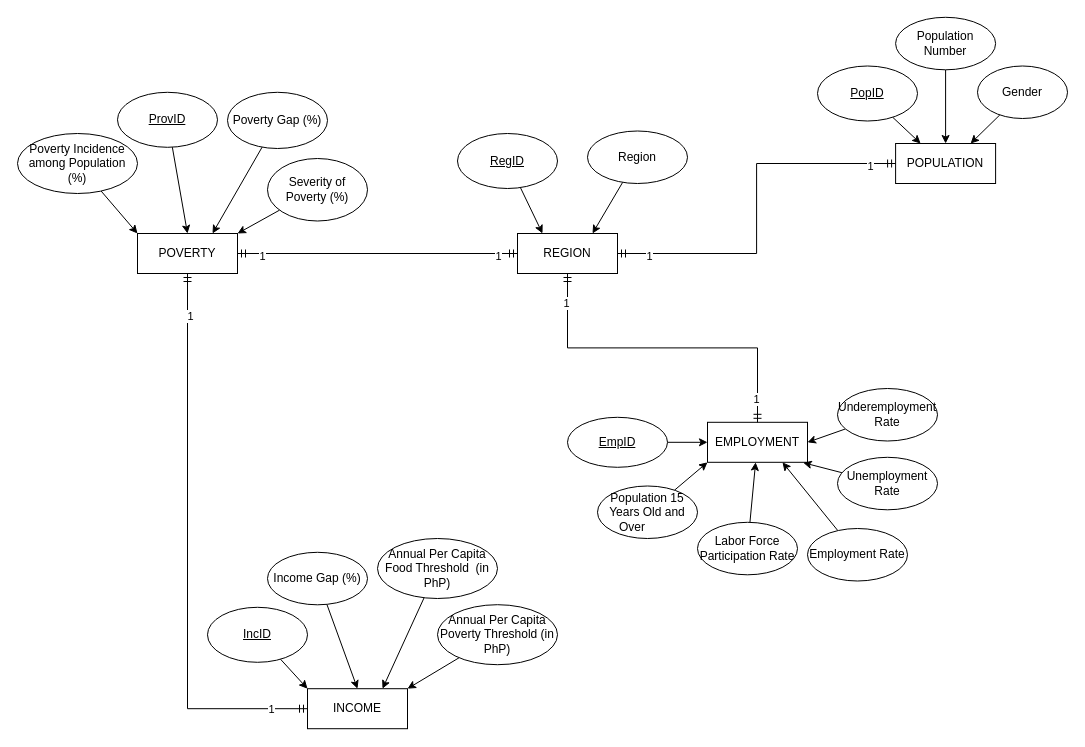
Before: page "ERD" (2 of 4) of DECapstone diagrams.drawio in vinsanity2022/SPARTACapstone, a draw.io diagram. Source tidied: cells renumbered, new cells numbered last; positions are measured from the earlier drawing's top-left corner, leaving out a move shared by most shapes. Both pictures are drawn from the tidied source at 100%, with x=0, y=0 at pixel (17, 17).
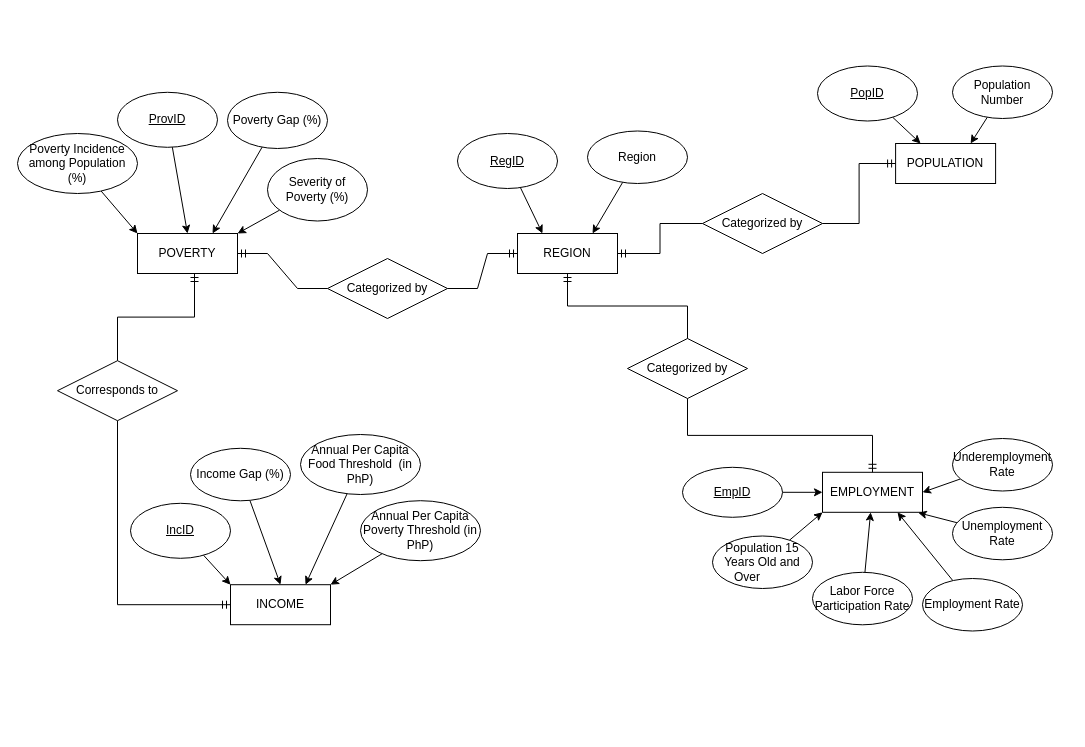
The same diagram, later.

The change refers to these unchanged cells:
```xml
<mxCell id="2" value="POVERTY" style="whiteSpace=wrap;html=1;align=center;" parent="1" vertex="1">
  <mxGeometry x="120" y="216" width="100" height="40" as="geometry" />
</mxCell>
<mxCell id="7" value="REGION" style="whiteSpace=wrap;html=1;align=center;" parent="1" vertex="1">
  <mxGeometry x="500" y="216" width="100" height="40" as="geometry" />
</mxCell>
<mxCell id="25" value="POPULATION" style="whiteSpace=wrap;html=1;align=center;" parent="1" vertex="1">
  <mxGeometry x="878.1" y="126" width="100" height="40" as="geometry" />
</mxCell>
```

What changed in the source:
```diff
@@
-    <mxCell id="14" style="edgeStyle=orthogonalEdgeStyle;fontSize=12;html=1;endArrow=ERmandOne;startArrow=ERmandOne;rounded=0;exitX=1;exitY=0.5;exitDx=0;exitDy=0;entryX=0;entryY=0.5;entryDx=0;entryDy=0;" parent="1" edge="1" source="2" target="7">
-      <mxGeometry relative="1" as="geometry" />
-    </mxCell>
-    <mxCell id="15" value="1" style="edgeLabel;html=1;align=center;verticalAlign=middle;" parent="14" vertex="1">
-      <mxGeometry x="-0.83" y="-2" relative="1" as="geometry" />
-    </mxCell>
-    <mxCell id="16" value="1" style="edgeLabel;html=1;align=center;verticalAlign=middle;" parent="14" vertex="1">
-      <mxGeometry x="0.86" y="-2" relative="1" as="geometry" />
-    </mxCell>
     <mxCell id="17" value="INCOME" style="whiteSpace=wrap;html=1;align=center;" parent="1" vertex="1">
-      <mxGeometry x="290" y="671.2" width="100" height="40" as="geometry" />
+      <mxGeometry x="213" y="567.2" width="100" height="40" as="geometry" />
     </mxCell>
@@
     <mxCell id="19" value="Income Gap (%)" style="ellipse;whiteSpace=wrap;html=1;align=center;" parent="1" vertex="1">
-      <mxGeometry x="250" y="534.8" width="100" height="52.5" as="geometry" />
+      <mxGeometry x="173" y="430.8" width="100" height="52.5" as="geometry" />
     </mxCell>
@@
     <mxCell id="21" value="IncID" style="ellipse;whiteSpace=wrap;html=1;align=center;fontStyle=4;" parent="1" vertex="1">
-      <mxGeometry x="190" y="589.8" width="100" height="55" as="geometry" />
+      <mxGeometry x="113" y="485.8" width="100" height="55" as="geometry" />
     </mxCell>
-    <mxCell id="22" style="edgeStyle=orthogonalEdgeStyle;fontSize=12;html=1;endArrow=ERmandOne;startArrow=ERmandOne;rounded=0;exitX=0.5;exitY=1;exitDx=0;exitDy=0;entryX=0;entryY=0.5;entryDx=0;entryDy=0;" parent="1" edge="1" source="2" target="17">
-      <mxGeometry relative="1" as="geometry" />
-    </mxCell>
-    <mxCell id="23" value="1" style="edgeLabel;html=1;align=center;verticalAlign=middle;" parent="22" vertex="1">
-      <mxGeometry x="-0.85" y="2" relative="1" as="geometry" />
-    </mxCell>
-    <mxCell id="24" value="1" style="edgeLabel;html=1;align=center;verticalAlign=middle;" parent="22" vertex="1">
-      <mxGeometry x="0.87" relative="1" as="geometry" />
-    </mxCell>
@@
-    <mxCell id="26" style="rounded=0;jettySize=auto;html=1;entryX=0.5;entryY=0;entryDx=0;entryDy=0;" parent="1" edge="1" source="27" target="25">
+    <mxCell id="26" style="rounded=0;jettySize=auto;html=1;entryX=0.75;entryY=0;entryDx=0;entryDy=0;" parent="1" edge="1" source="27" target="25">
       <mxGeometry relative="1" as="geometry" />
     </mxCell>
     <mxCell id="27" value="Population Number" style="ellipse;whiteSpace=wrap;html=1;align=center;" parent="1" vertex="1">
-      <mxGeometry x="878.1" y="-0.2" width="100" height="52.5" as="geometry" />
+      <mxGeometry x="935" y="48.5" width="100" height="52.5" as="geometry" />
     </mxCell>
@@
-    <mxCell id="30" style="edgeStyle=orthogonalEdgeStyle;fontSize=12;html=1;endArrow=ERmandOne;startArrow=ERmandOne;rounded=0;exitX=1;exitY=0.5;exitDx=0;exitDy=0;entryX=0;entryY=0.5;entryDx=0;entryDy=0;" parent="1" edge="1" source="7" target="25">
-      <mxGeometry relative="1" as="geometry" />
-    </mxCell>
-    <mxCell id="31" value="1" style="edgeLabel;html=1;align=center;verticalAlign=middle;" parent="30" vertex="1">
-      <mxGeometry x="-0.83" y="-2" relative="1" as="geometry" />
-    </mxCell>
-    <mxCell id="32" value="1" style="edgeLabel;html=1;align=center;verticalAlign=middle;" parent="30" vertex="1">
-      <mxGeometry x="0.86" y="-2" relative="1" as="geometry" />
-    </mxCell>
-    <mxCell id="33" style="rounded=0;jettySize=auto;html=1;entryX=0.75;entryY=0;entryDx=0;entryDy=0;" parent="1" edge="1" source="34" target="25">
-      <mxGeometry relative="1" as="geometry" />
-    </mxCell>
-    <mxCell id="34" value="Gender" style="ellipse;whiteSpace=wrap;html=1;align=center;" parent="1" vertex="1">
-      <mxGeometry x="960" y="48.5" width="90" height="52.5" as="geometry" />
-    </mxCell>
@@
     <mxCell id="36" value="Annual Per Capita Poverty Threshold (in PhP)" style="ellipse;whiteSpace=wrap;html=1;align=center;" parent="1" vertex="1">
-      <mxGeometry x="420" y="587.2" width="120" height="60" as="geometry" />
+      <mxGeometry x="343" y="483.2" width="120" height="60" as="geometry" />
     </mxCell>
@@
     <mxCell id="40" value="Annual Per Capita Food Threshold&amp;nbsp; (in PhP)" style="ellipse;whiteSpace=wrap;html=1;align=center;" parent="1" vertex="1">
-      <mxGeometry x="360" y="521" width="120" height="60" as="geometry" />
+      <mxGeometry x="283" y="417" width="120" height="60" as="geometry" />
     </mxCell>
     <mxCell id="41" value="EMPLOYMENT" style="whiteSpace=wrap;html=1;align=center;" parent="1" vertex="1">
-      <mxGeometry x="690" y="404.8" width="100" height="40" as="geometry" />
+      <mxGeometry x="805" y="454.8" width="100" height="40" as="geometry" />
     </mxCell>
@@
     <mxCell id="43" value="EmpID" style="ellipse;whiteSpace=wrap;html=1;align=center;fontStyle=4;" parent="1" vertex="1">
-      <mxGeometry x="550" y="399.8" width="100" height="50" as="geometry" />
+      <mxGeometry x="665" y="449.8" width="100" height="50" as="geometry" />
     </mxCell>
@@
     <mxCell id="45" value="&lt;div style=&quot;&quot;&gt;&lt;span style=&quot;background-color: initial;&quot;&gt;Population 15 Years Old and Over&amp;nbsp; &amp;nbsp; &amp;nbsp; &amp;nbsp; &amp;nbsp;&lt;/span&gt;&lt;/div&gt;" style="ellipse;whiteSpace=wrap;html=1;align=center;" parent="1" vertex="1">
-      <mxGeometry x="580" y="468.5" width="100" height="52.5" as="geometry" />
+      <mxGeometry x="695" y="518.5" width="100" height="52.5" as="geometry" />
     </mxCell>
@@
     <mxCell id="47" value="Employment Rate" style="ellipse;whiteSpace=wrap;html=1;align=center;" parent="1" vertex="1">
-      <mxGeometry x="790" y="511" width="100" height="52.5" as="geometry" />
+      <mxGeometry x="905" y="561" width="100" height="52.5" as="geometry" />
     </mxCell>
@@
     <mxCell id="49" value="Unemployment Rate" style="ellipse;whiteSpace=wrap;html=1;align=center;" parent="1" vertex="1">
-      <mxGeometry x="820" y="439.8" width="100" height="52.5" as="geometry" />
+      <mxGeometry x="935" y="489.8" width="100" height="52.5" as="geometry" />
     </mxCell>
@@
     <mxCell id="51" value="Labor Force Participation Rate" style="ellipse;whiteSpace=wrap;html=1;align=center;" parent="1" vertex="1">
-      <mxGeometry x="680" y="504.8" width="100" height="52.5" as="geometry" />
+      <mxGeometry x="795" y="554.8" width="100" height="52.5" as="geometry" />
     </mxCell>
@@
     <mxCell id="53" value="Underemployment Rate" style="ellipse;whiteSpace=wrap;html=1;align=center;" parent="1" vertex="1">
-      <mxGeometry x="820" y="371" width="100" height="52.5" as="geometry" />
+      <mxGeometry x="935" y="421" width="100" height="52.5" as="geometry" />
     </mxCell>
-    <mxCell id="54" style="edgeStyle=orthogonalEdgeStyle;fontSize=12;html=1;endArrow=ERmandOne;startArrow=ERmandOne;rounded=0;exitX=0.5;exitY=1;exitDx=0;exitDy=0;entryX=0.5;entryY=0;entryDx=0;entryDy=0;" parent="1" edge="1" source="7" target="41">
-      <mxGeometry relative="1" as="geometry" />
-    </mxCell>
-    <mxCell id="55" value="1" style="edgeLabel;html=1;align=center;verticalAlign=middle;" parent="54" vertex="1">
-      <mxGeometry x="-0.83" y="-2" relative="1" as="geometry" />
-    </mxCell>
-    <mxCell id="56" value="1" style="edgeLabel;html=1;align=center;verticalAlign=middle;" parent="54" vertex="1">
-      <mxGeometry x="0.86" y="-2" relative="1" as="geometry" />
-    </mxCell>
+    <mxCell id="57" value="Categorized by" style="shape=rhombus;perimeter=rhombusPerimeter;whiteSpace=wrap;html=1;align=center;" parent="1" vertex="1">
+      <mxGeometry x="310" y="241" width="120" height="60" as="geometry" />
+    </mxCell>
+    <mxCell id="58" style="edgeStyle=entityRelationEdgeStyle;fontSize=12;html=1;endArrow=ERmandOne;rounded=0;entryX=1;entryY=0.5;entryDx=0;entryDy=0;exitX=0;exitY=0.5;exitDx=0;exitDy=0;" parent="1" edge="1" source="57" target="2">
+      <mxGeometry relative="1" as="geometry" />
+    </mxCell>
+    <mxCell id="59" style="edgeStyle=entityRelationEdgeStyle;fontSize=12;html=1;endArrow=ERmandOne;rounded=0;entryX=0;entryY=0.5;entryDx=0;entryDy=0;exitX=1;exitY=0.5;exitDx=0;exitDy=0;" parent="1" edge="1" source="57" target="7">
+      <mxGeometry relative="1" as="geometry" />
+    </mxCell>
+    <mxCell id="60" value="Categorized by" style="shape=rhombus;perimeter=rhombusPerimeter;whiteSpace=wrap;html=1;align=center;" parent="1" vertex="1">
+      <mxGeometry x="610" y="321" width="120" height="60" as="geometry" />
+    </mxCell>
+    <mxCell id="61" style="edgeStyle=orthogonalEdgeStyle;fontSize=12;html=1;endArrow=ERmandOne;rounded=0;entryX=0.5;entryY=1;entryDx=0;entryDy=0;exitX=0.5;exitY=0;exitDx=0;exitDy=0;" parent="1" edge="1" source="60" target="7">
+      <mxGeometry relative="1" as="geometry" />
+    </mxCell>
+    <mxCell id="62" style="edgeStyle=orthogonalEdgeStyle;fontSize=12;html=1;endArrow=ERmandOne;rounded=0;entryX=0.5;entryY=0;entryDx=0;entryDy=0;exitX=0.5;exitY=1;exitDx=0;exitDy=0;" parent="1" edge="1" source="60" target="41">
+      <mxGeometry relative="1" as="geometry" />
+    </mxCell>
+    <mxCell id="63" value="Corresponds to" style="shape=rhombus;perimeter=rhombusPerimeter;whiteSpace=wrap;html=1;align=center;" parent="1" vertex="1">
+      <mxGeometry x="40" y="343.2" width="120" height="60" as="geometry" />
+    </mxCell>
+    <mxCell id="64" style="edgeStyle=orthogonalEdgeStyle;fontSize=12;html=1;endArrow=ERmandOne;rounded=0;entryX=0.57;entryY=1;entryDx=0;entryDy=0;exitX=0.5;exitY=0;exitDx=0;exitDy=0;entryPerimeter=0;" parent="1" edge="1" source="63" target="2">
+      <mxGeometry relative="1" as="geometry" />
+    </mxCell>
+    <mxCell id="65" style="edgeStyle=orthogonalEdgeStyle;fontSize=12;html=1;endArrow=ERmandOne;rounded=0;entryX=0;entryY=0.5;entryDx=0;entryDy=0;exitX=0.5;exitY=1;exitDx=0;exitDy=0;" parent="1" edge="1" source="63" target="17">
+      <mxGeometry relative="1" as="geometry" />
+    </mxCell>
+    <mxCell id="66" value="Categorized by" style="shape=rhombus;perimeter=rhombusPerimeter;whiteSpace=wrap;html=1;align=center;" parent="1" vertex="1">
+      <mxGeometry x="685" y="176" width="120" height="60" as="geometry" />
+    </mxCell>
+    <mxCell id="67" style="edgeStyle=orthogonalEdgeStyle;fontSize=12;html=1;endArrow=ERmandOne;rounded=0;entryX=1;entryY=0.5;entryDx=0;entryDy=0;" parent="1" edge="1" source="66" target="7">
+      <mxGeometry relative="1" as="geometry" />
+    </mxCell>
+    <mxCell id="68" style="edgeStyle=orthogonalEdgeStyle;fontSize=12;html=1;endArrow=ERmandOne;rounded=0;entryX=0;entryY=0.5;entryDx=0;entryDy=0;exitX=1;exitY=0.5;exitDx=0;exitDy=0;" parent="1" edge="1" source="66" target="25">
+      <mxGeometry relative="1" as="geometry" />
+    </mxCell>
```
